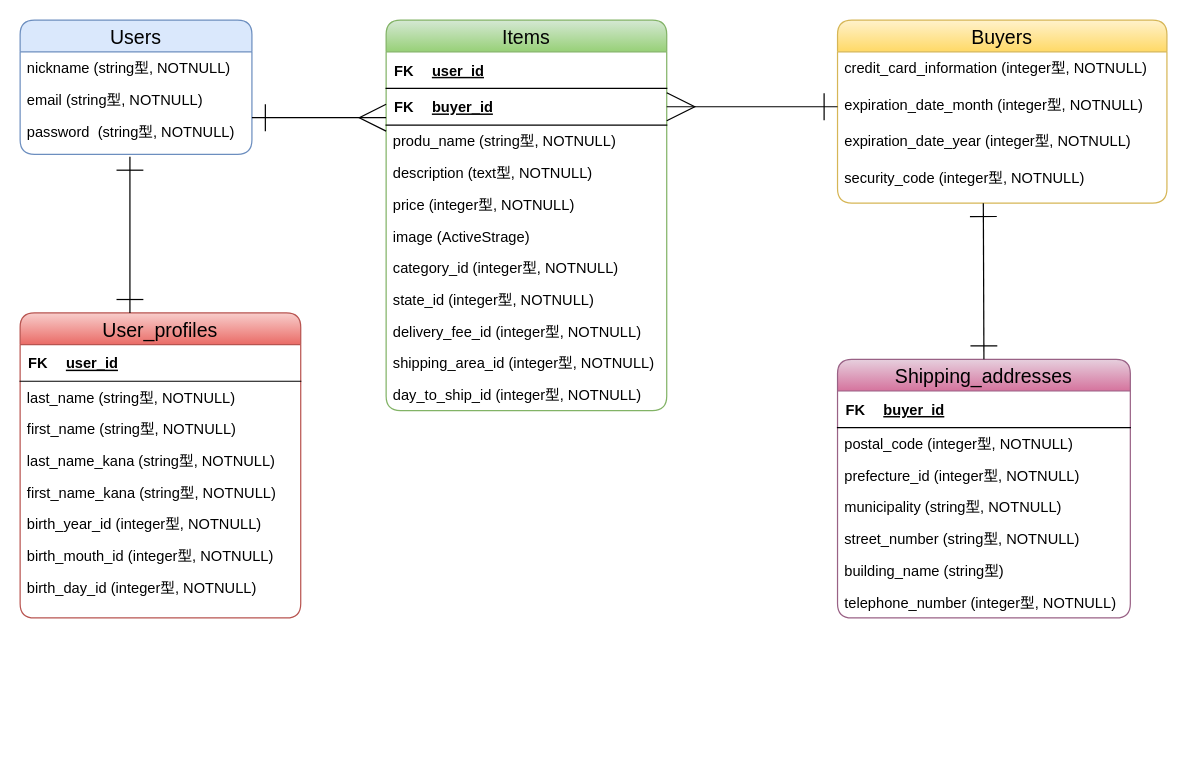
Earlier version of the draw.io diagram furima.dio (satoshi-takamatsu/furima-31891). Source tidied: cells renumbered, new cells numbered last; positions are measured from the earlier drawing's top-left corner, leaving out a move shared by most shapes. Both pictures are drawn from the tidied source at 122%, with x=0, y=0 at pixel (20, 20).
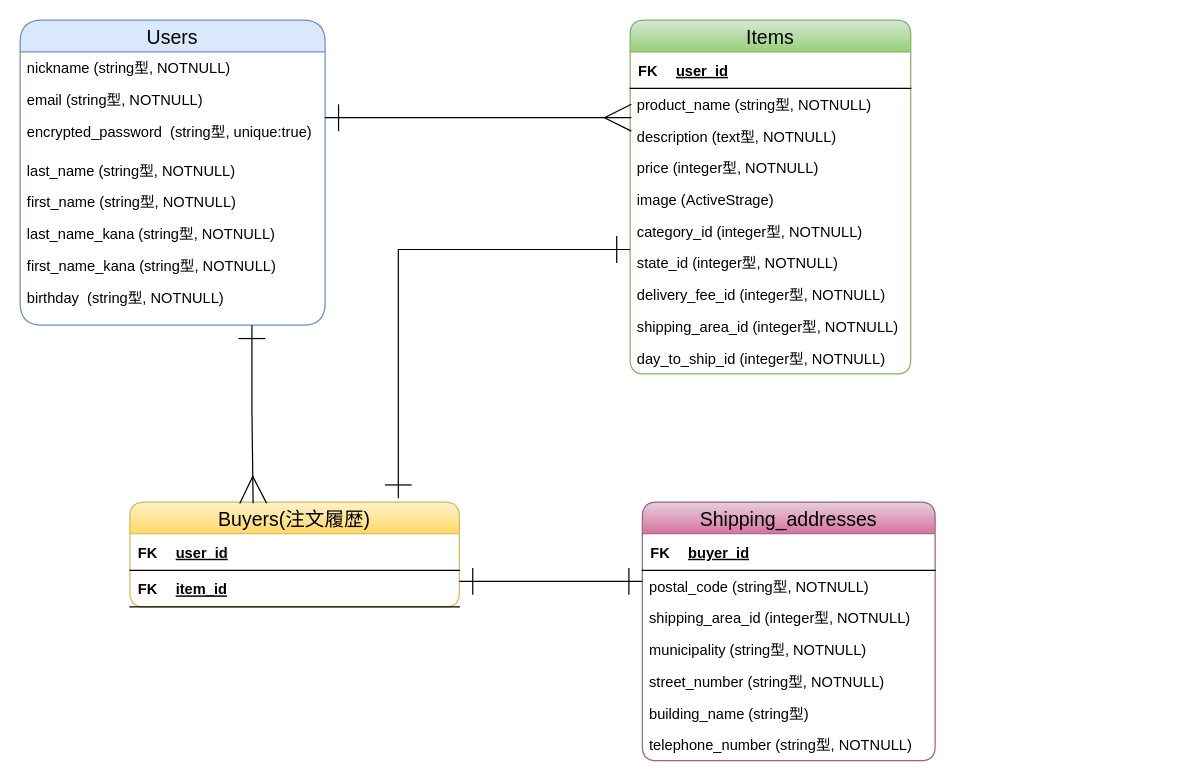
The same page after the edit.

Commit message (it also covers changes not shown here):
ER図、READMEのコードレビュー修正

What changed in the source:
```diff
@@
     <mxCell id="2" value="Items" style="swimlane;fontStyle=0;horizontal=1;startSize=26;fillColor=#d5e8d4;rounded=1;gradientColor=#97d077;strokeColor=#82b366;fontSize=16;fontColor=#050505;" parent="1" vertex="1">
-      <mxGeometry x="300" width="230" height="320" as="geometry" />
+      <mxGeometry x="500" width="230" height="290" as="geometry" />
     </mxCell>
@@
-    <mxCell id="6" style="shape=partialRectangle;fillColor=none;top=0;left=0;bottom=1;right=0;points=[[0,0.5],[1,0.5]];portConstraint=eastwest;" parent="2" vertex="1">
-      <mxGeometry y="56" width="230" height="30" as="geometry" />
-    </mxCell>
-    <mxCell id="7" value="FK" style="shape=partialRectangle;fillColor=none;top=0;left=0;bottom=0;right=0;fontStyle=1;overflow=hidden;" parent="6" vertex="1">
-      <mxGeometry width="30" height="30" as="geometry" />
-    </mxCell>
-    <mxCell id="8" value="buyer_id" style="shape=partialRectangle;fillColor=none;top=0;left=0;bottom=0;right=0;align=left;spacingLeft=6;fontStyle=5;overflow=hidden;" parent="6" vertex="1">
-      <mxGeometry x="30" width="150" height="30" as="geometry" />
-    </mxCell>
-    <mxCell id="9" value="produ_name (string型, NOTNULL)" style="text;strokeColor=none;fillColor=none;align=left;verticalAlign=top;spacingLeft=4;spacingRight=4;overflow=hidden;" parent="2" vertex="1">
-      <mxGeometry y="86" width="230" height="26" as="geometry" />
+    <mxCell id="9" value="product_name (string型, NOTNULL)" style="text;strokeColor=none;fillColor=none;align=left;verticalAlign=top;spacingLeft=4;spacingRight=4;overflow=hidden;" parent="2" vertex="1">
+      <mxGeometry y="56" width="230" height="26" as="geometry" />
     </mxCell>
     <mxCell id="10" value="description (text型, NOTNULL)" style="text;strokeColor=none;fillColor=none;align=left;verticalAlign=top;spacingLeft=4;spacingRight=4;overflow=hidden;" parent="2" vertex="1">
-      <mxGeometry y="112" width="230" height="26" as="geometry" />
+      <mxGeometry y="82" width="230" height="26" as="geometry" />
     </mxCell>
     <mxCell id="11" value="price (integer型, NOTNULL)" style="text;strokeColor=none;fillColor=none;align=left;verticalAlign=top;spacingLeft=4;spacingRight=4;overflow=hidden;" parent="2" vertex="1">
-      <mxGeometry y="138" width="230" height="26" as="geometry" />
+      <mxGeometry y="108" width="230" height="26" as="geometry" />
     </mxCell>
     <mxCell id="12" value="image (ActiveStrage)" style="text;strokeColor=none;fillColor=none;align=left;verticalAlign=top;spacingLeft=4;spacingRight=4;overflow=hidden;" parent="2" vertex="1">
-      <mxGeometry y="164" width="230" height="26" as="geometry" />
+      <mxGeometry y="134" width="230" height="26" as="geometry" />
     </mxCell>
     <mxCell id="13" value="category_id (integer型, NOTNULL)" style="text;strokeColor=none;fillColor=none;align=left;verticalAlign=top;spacingLeft=4;spacingRight=4;overflow=hidden;" parent="2" vertex="1">
-      <mxGeometry y="190" width="230" height="26" as="geometry" />
+      <mxGeometry y="160" width="230" height="26" as="geometry" />
     </mxCell>
     <mxCell id="14" value="state_id (integer型, NOTNULL)" style="text;strokeColor=none;fillColor=none;align=left;verticalAlign=top;spacingLeft=4;spacingRight=4;overflow=hidden;" parent="2" vertex="1">
-      <mxGeometry y="216" width="230" height="26" as="geometry" />
+      <mxGeometry y="186" width="230" height="26" as="geometry" />
     </mxCell>
     <mxCell id="15" value="delivery_fee_id (integer型, NOTNULL)" style="text;strokeColor=none;fillColor=none;align=left;verticalAlign=top;spacingLeft=4;spacingRight=4;overflow=hidden;" parent="2" vertex="1">
-      <mxGeometry y="242" width="230" height="26" as="geometry" />
+      <mxGeometry y="212" width="230" height="26" as="geometry" />
     </mxCell>
     <mxCell id="16" value="shipping_area_id (integer型, NOTNULL)" style="text;strokeColor=none;fillColor=none;align=left;verticalAlign=top;spacingLeft=4;spacingRight=4;overflow=hidden;" parent="2" vertex="1">
-      <mxGeometry y="268" width="230" height="26" as="geometry" />
+      <mxGeometry y="238" width="230" height="26" as="geometry" />
     </mxCell>
     <mxCell id="17" value="day_to_ship_id (integer型, NOTNULL)" style="text;strokeColor=none;fillColor=none;align=left;verticalAlign=top;spacingLeft=4;spacingRight=4;overflow=hidden;" parent="2" vertex="1">
-      <mxGeometry y="294" width="230" height="26" as="geometry" />
+      <mxGeometry y="264" width="230" height="26" as="geometry" />
     </mxCell>
-    <mxCell id="18" value="Users" style="swimlane;fontStyle=0;horizontal=1;startSize=26;fillColor=#dae8fc;rounded=1;strokeColor=#6c8ebf;fontColor=#000000;fontSize=16;" parent="1" vertex="1">
-      <mxGeometry width="190" height="110" as="geometry" />
+    <mxCell id="18" value="Users" style="swimlane;fontStyle=0;horizontal=1;startSize=26;fillColor=#dae8fc;rounded=1;strokeColor=#6c8ebf;fontColor=#000000;fontSize=16;arcSize=23;" parent="1" vertex="1">
+      <mxGeometry width="250" height="250" as="geometry" />
     </mxCell>
     <mxCell id="19" value="nickname (string型, NOTNULL)" style="text;strokeColor=none;fillColor=none;align=left;verticalAlign=top;spacingLeft=4;spacingRight=4;overflow=hidden;" parent="18" vertex="1">
-      <mxGeometry y="26" width="190" height="26" as="geometry" />
+      <mxGeometry y="26" width="250" height="26" as="geometry" />
     </mxCell>
     <mxCell id="20" value="email (string型, NOTNULL)" style="text;strokeColor=none;fillColor=none;align=left;verticalAlign=top;spacingLeft=4;spacingRight=4;overflow=hidden;" parent="18" vertex="1">
-      <mxGeometry y="52" width="190" height="26" as="geometry" />
+      <mxGeometry y="52" width="250" height="26" as="geometry" />
     </mxCell>
-    <mxCell id="21" value="password  (string型, NOTNULL)" style="text;strokeColor=none;fillColor=none;align=left;verticalAlign=top;spacingLeft=4;spacingRight=4;overflow=hidden;" parent="18" vertex="1">
-      <mxGeometry y="78" width="190" height="32" as="geometry" />
+    <mxCell id="21" value="encrypted_password  (string型, unique:true)" style="text;strokeColor=none;fillColor=none;align=left;verticalAlign=top;spacingLeft=4;spacingRight=4;overflow=hidden;" parent="18" vertex="1">
+      <mxGeometry y="78" width="250" height="32" as="geometry" />
     </mxCell>
-    <mxCell id="22" value="User_profiles" style="swimlane;fontStyle=0;horizontal=1;startSize=26;fillColor=#f8cecc;rounded=1;strokeColor=#b85450;fontSize=16;gradientColor=#ea6b66;fontColor=#000000;" parent="1" vertex="1">
-      <mxGeometry y="240" width="230" height="250" as="geometry" />
-    </mxCell>
-    <mxCell id="23" style="shape=partialRectangle;fillColor=none;top=0;left=0;bottom=1;right=0;" parent="22" vertex="1">
-      <mxGeometry y="26" width="230" height="30" as="geometry" />
-    </mxCell>
-    <mxCell id="24" value="FK" style="shape=partialRectangle;fillColor=none;top=0;left=0;bottom=0;right=0;fontStyle=1;overflow=hidden;" parent="23" vertex="1">
-      <mxGeometry width="30" height="30" as="geometry" />
-    </mxCell>
-    <mxCell id="25" value="user_id" style="shape=partialRectangle;fillColor=none;top=0;left=0;bottom=0;right=0;align=left;spacingLeft=6;fontStyle=5;overflow=hidden;" parent="23" vertex="1">
-      <mxGeometry x="30" width="150" height="30" as="geometry" />
-    </mxCell>
-    <mxCell id="26" value="last_name (string型, NOTNULL)" style="text;strokeColor=none;fillColor=none;align=left;verticalAlign=top;spacingLeft=4;spacingRight=4;overflow=hidden;" parent="22" vertex="1">
-      <mxGeometry y="56" width="230" height="26" as="geometry" />
+    <mxCell id="26" value="last_name (string型, NOTNULL)" style="text;strokeColor=none;fillColor=none;align=left;verticalAlign=top;spacingLeft=4;spacingRight=4;overflow=hidden;" parent="18" vertex="1">
+      <mxGeometry y="110" width="250" height="26" as="geometry" />
     </mxCell>
-    <mxCell id="27" value="first_name (string型, NOTNULL)" style="text;strokeColor=none;fillColor=none;align=left;verticalAlign=top;spacingLeft=4;spacingRight=4;overflow=hidden;" parent="22" vertex="1">
-      <mxGeometry y="82" width="230" height="26" as="geometry" />
+    <mxCell id="27" value="first_name (string型, NOTNULL)" style="text;strokeColor=none;fillColor=none;align=left;verticalAlign=top;spacingLeft=4;spacingRight=4;overflow=hidden;" parent="18" vertex="1">
+      <mxGeometry y="136" width="250" height="26" as="geometry" />
     </mxCell>
-    <mxCell id="28" value="last_name_kana (string型, NOTNULL)" style="text;strokeColor=none;fillColor=none;align=left;verticalAlign=top;spacingLeft=4;spacingRight=4;overflow=hidden;" parent="22" vertex="1">
-      <mxGeometry y="108" width="230" height="26" as="geometry" />
+    <mxCell id="28" value="last_name_kana (string型, NOTNULL)" style="text;strokeColor=none;fillColor=none;align=left;verticalAlign=top;spacingLeft=4;spacingRight=4;overflow=hidden;" parent="18" vertex="1">
+      <mxGeometry y="162" width="250" height="26" as="geometry" />
     </mxCell>
-    <mxCell id="29" value="first_name_kana (string型, NOTNULL)" style="text;strokeColor=none;fillColor=none;align=left;verticalAlign=top;spacingLeft=4;spacingRight=4;overflow=hidden;" parent="22" vertex="1">
-      <mxGeometry y="134" width="230" height="26" as="geometry" />
+    <mxCell id="29" value="first_name_kana (string型, NOTNULL)" style="text;strokeColor=none;fillColor=none;align=left;verticalAlign=top;spacingLeft=4;spacingRight=4;overflow=hidden;" parent="18" vertex="1">
+      <mxGeometry y="188" width="250" height="26" as="geometry" />
     </mxCell>
-    <mxCell id="30" value="birth_year_id (integer型, NOTNULL)&#10;" style="text;strokeColor=none;fillColor=none;align=left;verticalAlign=top;spacingLeft=4;spacingRight=4;overflow=hidden;" parent="22" vertex="1">
-      <mxGeometry y="160" width="230" height="26" as="geometry" />
+    <mxCell id="30" value="birthday  (string型, NOTNULL)&#10;" style="text;strokeColor=none;fillColor=none;align=left;verticalAlign=top;spacingLeft=4;spacingRight=4;overflow=hidden;" parent="18" vertex="1">
+      <mxGeometry y="214" width="250" height="36" as="geometry" />
     </mxCell>
-    <mxCell id="31" value="birth_mouth_id (integer型, NOTNULL)" style="text;strokeColor=none;fillColor=none;align=left;verticalAlign=top;spacingLeft=4;spacingRight=4;overflow=hidden;" parent="22" vertex="1">
-      <mxGeometry y="186" width="230" height="26" as="geometry" />
-    </mxCell>
-    <mxCell id="32" value="birth_day_id (integer型, NOTNULL)" style="text;strokeColor=none;fillColor=none;align=left;verticalAlign=top;spacingLeft=4;spacingRight=4;overflow=hidden;" parent="22" vertex="1">
-      <mxGeometry y="212" width="230" height="38" as="geometry" />
-    </mxCell>
     <mxCell id="33" value="Shipping_addresses" style="swimlane;fontStyle=0;horizontal=1;startSize=26;fillColor=#e6d0de;rounded=1;gradientColor=#d5739d;strokeColor=#996185;fontSize=16;fontColor=#000000;" parent="1" vertex="1">
-      <mxGeometry x="670" y="278" width="240" height="212" as="geometry" />
+      <mxGeometry x="510" y="395" width="240" height="212" as="geometry" />
     </mxCell>
@@
-    <mxCell id="37" value="postal_code (integer型, NOTNULL)" style="text;strokeColor=none;fillColor=none;align=left;verticalAlign=top;spacingLeft=4;spacingRight=4;overflow=hidden;" parent="33" vertex="1">
+    <mxCell id="37" value="postal_code (string型, NOTNULL)" style="text;strokeColor=none;fillColor=none;align=left;verticalAlign=top;spacingLeft=4;spacingRight=4;overflow=hidden;" parent="33" vertex="1">
       <mxGeometry y="56" width="240" height="26" as="geometry" />
     </mxCell>
-    <mxCell id="38" value="prefecture_id (integer型, NOTNULL)" style="text;strokeColor=none;fillColor=none;align=left;verticalAlign=top;spacingLeft=4;spacingRight=4;overflow=hidden;" parent="33" vertex="1">
-      <mxGeometry y="82" width="240" height="26" as="geometry" />
-    </mxCell>
+    <mxCell id="52" value="shipping_area_id (integer型, NOTNULL)" style="text;strokeColor=none;fillColor=none;align=left;verticalAlign=top;spacingLeft=4;spacingRight=4;overflow=hidden;" parent="33" vertex="1">
+      <mxGeometry y="82" width="240" height="26" as="geometry" />
+    </mxCell>
@@
-    <mxCell id="42" value="telephone_number (integer型, NOTNULL)" style="text;strokeColor=none;fillColor=none;align=left;verticalAlign=top;spacingLeft=4;spacingRight=4;overflow=hidden;" parent="33" vertex="1">
+    <mxCell id="42" value="telephone_number (string型, NOTNULL)" style="text;strokeColor=none;fillColor=none;align=left;verticalAlign=top;spacingLeft=4;spacingRight=4;overflow=hidden;" parent="33" vertex="1">
       <mxGeometry y="186" width="240" height="26" as="geometry" />
     </mxCell>
-    <mxCell id="43" style="endArrow=ERone;html=1;rounded=0;fontSize=16;fontColor=#000000;targetPerimeterSpacing=0;startArrow=ERone;startFill=0;endFill=0;strokeWidth=1;endSize=20;startSize=20;" parent="1" edge="1">
-      <mxGeometry relative="1" as="geometry">
-        <mxPoint x="90" y="112" as="sourcePoint" />
-        <mxPoint x="90" y="240" as="targetPoint" />
-      </mxGeometry>
-    </mxCell>
     <mxCell id="44" style="endArrow=ERmany;html=1;rounded=0;strokeWidth=1;fontSize=16;fontColor=#000000;startArrow=ERone;startFill=0;endFill=0;targetPerimeterSpacing=9;endSize=20;startSize=20;" parent="1" edge="1">
       <mxGeometry relative="1" as="geometry">
-        <mxPoint x="190" y="80" as="sourcePoint" />
-        <mxPoint x="300" y="80" as="targetPoint" />
+        <mxPoint x="250" y="80" as="sourcePoint" />
+        <mxPoint x="501" y="80" as="targetPoint" />
       </mxGeometry>
     </mxCell>
-    <mxCell id="45" value="Buyers" style="swimlane;fontStyle=0;horizontal=1;startSize=26;align=center;fontSize=16;gradientColor=#ffd966;fillColor=#fff2cc;strokeColor=#d6b656;fontColor=#000000;rounded=1;" parent="1" vertex="1">
-      <mxGeometry x="670" width="270" height="150" as="geometry" />
+    <mxCell id="45" value="Buyers(注文履歴)" style="swimlane;fontStyle=0;horizontal=1;startSize=26;align=center;fontSize=16;gradientColor=#ffd966;fillColor=#fff2cc;strokeColor=#d6b656;fontColor=#000000;rounded=1;" parent="1" vertex="1">
+      <mxGeometry x="90" y="395" width="270" height="86" as="geometry" />
     </mxCell>
-    <mxCell id="46" value="credit_card_information (integer型, NOTNULL)" style="text;strokeColor=none;fillColor=none;spacingLeft=4;spacingRight=4;overflow=hidden;fontSize=12;" parent="45" vertex="1">
-      <mxGeometry y="26" width="270" height="30" as="geometry" />
-    </mxCell>
-    <mxCell id="47" value="expiration_date_month (integer型, NOTNULL)" style="text;strokeColor=none;fillColor=none;spacingLeft=4;spacingRight=4;overflow=hidden;points=[[0,0.5],[1,0.5]];portConstraint=eastwest;fontSize=12;" parent="45" vertex="1">
-      <mxGeometry y="56" width="270" height="30" as="geometry" />
-    </mxCell>
-    <mxCell id="48" value="expiration_date_year (integer型, NOTNULL)" style="text;strokeColor=none;fillColor=none;spacingLeft=4;spacingRight=4;overflow=hidden;fontSize=12;" parent="45" vertex="1">
-      <mxGeometry y="86" width="270" height="30" as="geometry" />
-    </mxCell>
-    <mxCell id="49" value="security_code (integer型, NOTNULL)" style="text;strokeColor=none;fillColor=none;spacingLeft=4;spacingRight=4;overflow=hidden;fontSize=12;" parent="45" vertex="1">
-      <mxGeometry y="116" width="270" height="34" as="geometry" />
-    </mxCell>
-    <mxCell id="50" style="edgeStyle=orthogonalEdgeStyle;rounded=0;jettySize=auto;html=1;exitX=0;exitY=0.5;exitDx=0;exitDy=0;entryX=1;entryY=0.5;entryDx=0;entryDy=0;fontSize=16;fontColor=#000000;endArrow=ERmany;endFill=0;endSize=21;startArrow=ERone;startFill=0;startSize=20;" parent="1" edge="1" source="47" target="6">
-      <mxGeometry relative="1" as="geometry" />
-    </mxCell>
-    <mxCell id="51" style="endArrow=ERone;html=1;rounded=0;fontSize=16;fontColor=#000000;entryX=0.5;entryY=0;entryDx=0;entryDy=0;startArrow=ERone;startFill=0;endFill=0;startSize=20;endSize=20;" parent="1" edge="1" target="33">
-      <mxGeometry relative="1" as="geometry">
-        <mxPoint x="789.5" y="150" as="sourcePoint" />
-      </mxGeometry>
-    </mxCell>
+    <mxCell id="53" style="shape=partialRectangle;fillColor=none;top=0;left=0;bottom=1;right=0;" parent="45" vertex="1">
+      <mxGeometry y="26" width="270" height="30" as="geometry" />
+    </mxCell>
+    <mxCell id="54" value="FK" style="shape=partialRectangle;fillColor=none;top=0;left=0;bottom=0;right=0;fontStyle=1;overflow=hidden;" parent="53" vertex="1">
+      <mxGeometry width="30" height="30" as="geometry" />
+    </mxCell>
+    <mxCell id="25" value="user_id" style="shape=partialRectangle;fillColor=none;top=0;left=0;bottom=0;right=0;align=left;spacingLeft=6;fontStyle=5;overflow=hidden;" parent="53" vertex="1">
+      <mxGeometry x="30" width="150" height="30" as="geometry" />
+    </mxCell>
+    <mxCell id="55" style="shape=partialRectangle;fillColor=none;top=0;left=0;bottom=1;right=0;" parent="45" vertex="1">
+      <mxGeometry y="56" width="270" height="30" as="geometry" />
+    </mxCell>
+    <mxCell id="56" value="FK" style="shape=partialRectangle;fillColor=none;top=0;left=0;bottom=0;right=0;fontStyle=1;overflow=hidden;" parent="55" vertex="1">
+      <mxGeometry width="30" height="30" as="geometry" />
+    </mxCell>
+    <mxCell id="57" value="item_id" style="shape=partialRectangle;fillColor=none;top=0;left=0;bottom=0;right=0;align=left;spacingLeft=6;fontStyle=5;overflow=hidden;" parent="55" vertex="1">
+      <mxGeometry x="30" width="150" height="30" as="geometry" />
+    </mxCell>
+    <mxCell id="58" style="endArrow=ERmany;html=1;rounded=0;fontSize=16;fontColor=#000000;startArrow=ERone;startFill=0;entryX=0.374;entryY=0.012;entryDx=0;entryDy=0;entryPerimeter=0;endFill=0;endSize=20;startSize=20;" parent="1" edge="1" target="45">
+      <mxGeometry relative="1" as="geometry">
+        <mxPoint x="190" y="250" as="sourcePoint" />
+        <Array as="points">
+          <mxPoint x="190" y="320" />
+        </Array>
+      </mxGeometry>
+    </mxCell>
+    <mxCell id="59" style="endArrow=ERone;html=1;rounded=0;fontSize=16;fontColor=#000000;endSize=20;startSize=20;startArrow=ERone;startFill=0;endFill=0;" parent="1" edge="1">
+      <mxGeometry relative="1" as="geometry">
+        <mxPoint x="310" y="392" as="sourcePoint" />
+        <mxPoint x="500" y="188" as="targetPoint" />
+        <Array as="points">
+          <mxPoint x="310" y="188" />
+        </Array>
+      </mxGeometry>
+    </mxCell>
+    <mxCell id="60" style="endArrow=ERone;html=1;rounded=0;fontSize=16;fontColor=#000000;startArrow=ERone;startFill=0;endFill=0;endSize=20;startSize=20;" parent="1" edge="1">
+      <mxGeometry relative="1" as="geometry">
+        <mxPoint x="360" y="460" as="sourcePoint" />
+        <mxPoint x="510" y="460" as="targetPoint" />
+      </mxGeometry>
+    </mxCell>
```
